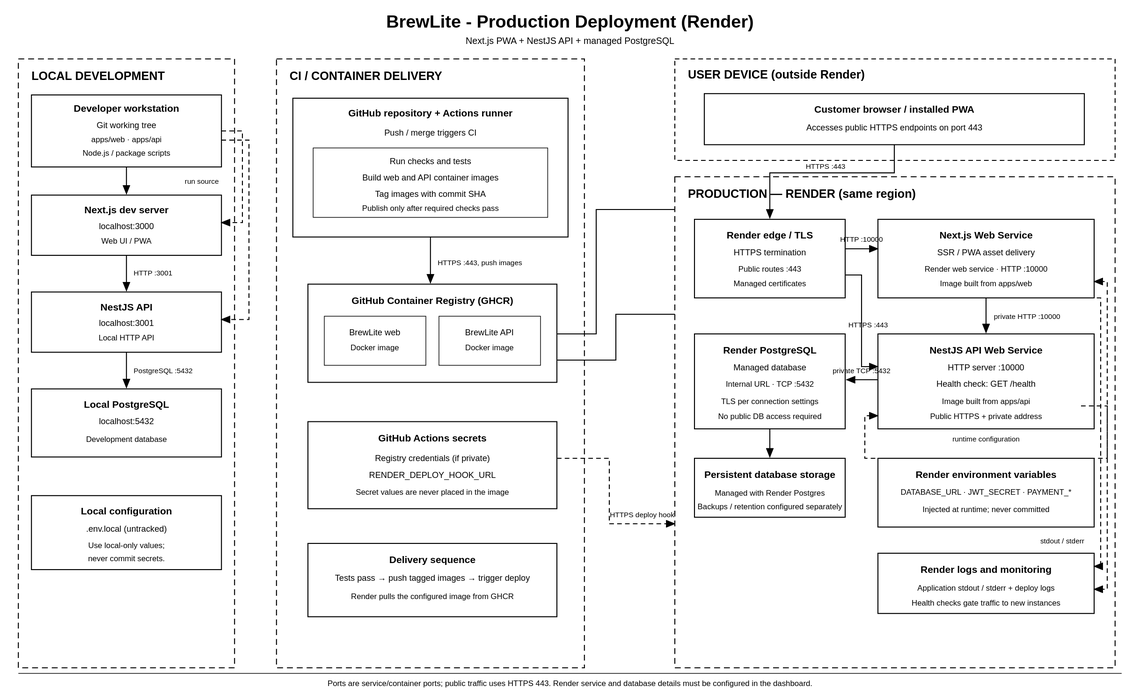
The PlantUML diagram docs/diagrams/deployment-production.svg in Tuan250206/BrewLite_Assignment2, before a commit. Its source is kept beside it as docs/diagrams/deployment-production.puml.
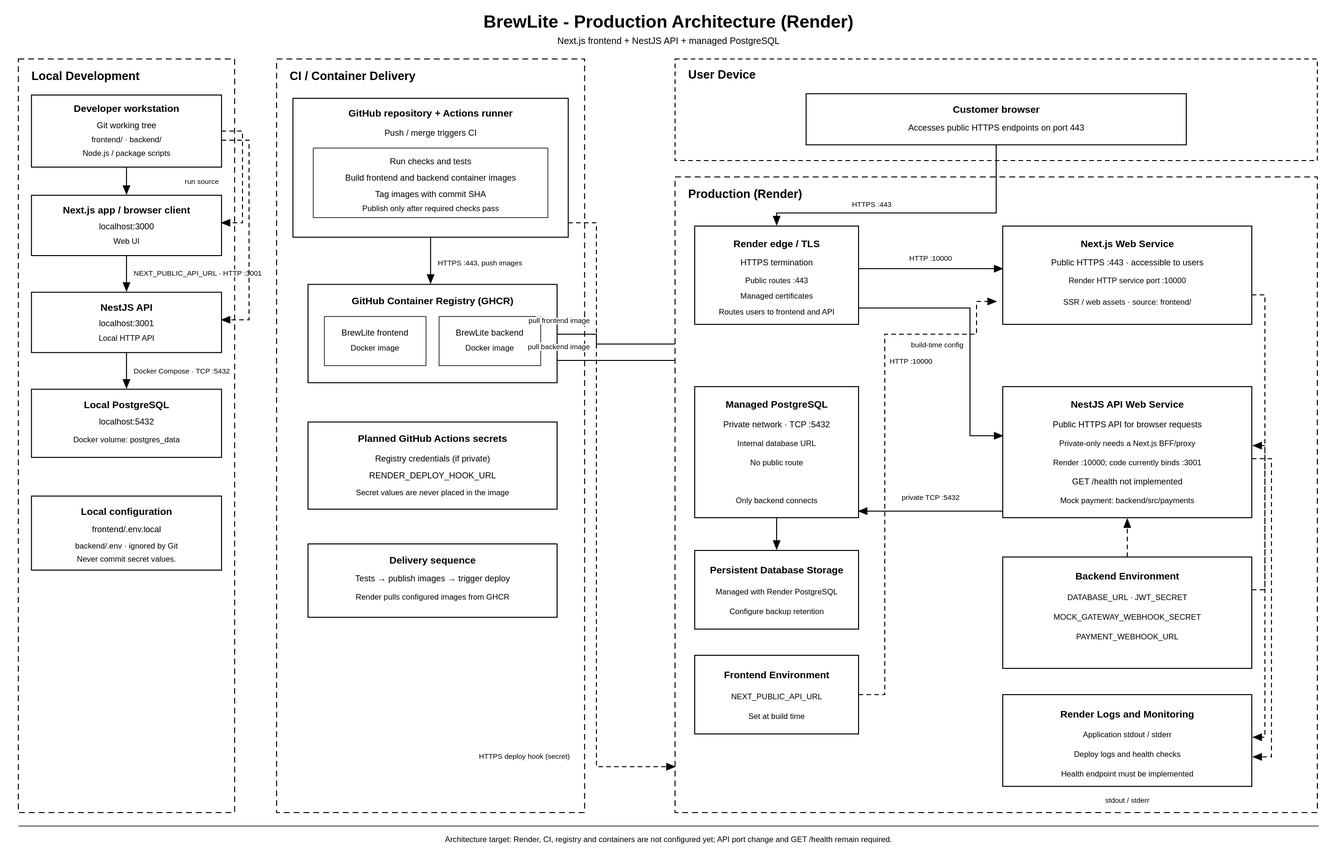
After the commit.

Commit message:
3.2 Deployment diagram

What changed in the source:
```diff
@@ -5,8 +5,8 @@
 skinparam defaultFontName Arial
 skinparam defaultFontSize 13
 skinparam roundcorner 0
-skinparam nodesep 70
-skinparam ranksep 100
+skinparam nodesep 130
+skinparam ranksep 160
 skinparam backgroundColor #FFFFFF
 skinparam ArrowColor #333333
 skinparam packageStyle rectangle
@@ -31,30 +31,32 @@
   FontColor #000000
 }
 
-title BrewLite - Deployment Diagram (Render)
+title BrewLite - Production Architecture (Render)
 
-actor "Customer device\nBrowser / installed PWA" as Customer
+package "User Device" {
+  actor "Customer device\nBrowser" as Customer
+}
 
-package "LOCAL DEVELOPMENT" as Local {
+package "Local Development" as Local {
   node "Developer workstation" {
-    artifact "Git working tree\napps/web, apps/api" as Source
-    node "Next.js dev server\nlocalhost:3000" as LocalWeb
+    artifact "Git working tree\nfrontend/, backend/" as Source
+    node "Next.js app / browser client\nlocalhost:3000" as LocalWeb
     node "NestJS API\nlocalhost:3001" as LocalApi
-    artifact "Local environment\n.env.local (untracked)" as LocalEnv
+    artifact "Local environment files\nfrontend/.env.local\nbackend/.env (untracked)" as LocalEnv
   }
-  database "Local PostgreSQL\nlocalhost:5432" as LocalDb
+  database "Local PostgreSQL (Docker Compose)\nlocalhost:5432\nvolume: postgres_data" as LocalDb
   Source --> LocalWeb : npm run dev
   Source --> LocalApi : npm run start:dev
-  LocalWeb --> LocalApi : HTTP :3001
+  LocalWeb --> LocalApi : NEXT_PUBLIC_API_URL\nHTTP :3001 (browser request)
   LocalApi --> LocalDb : PostgreSQL :5432
   LocalEnv ..> LocalWeb : local config
   LocalEnv ..> LocalApi : local config
 }
 
-package "CI / CONTAINER DELIVERY" as CI {
+package "CI / Container Delivery" as CI {
   node "GitHub repository" as GitHub
   node "GitHub Actions runner" as Actions {
-    artifact "Test and build\nweb + api images" as Build
+    artifact "Checks and build\nfrontend + backend images" as Build
   }
   node "GitHub Container Registry\n(GHCR)" as Registry {
     artifact "BrewLite web image" as WebImage
@@ -66,31 +68,31 @@
   Actions ..> HookSecret : read secret
 }
 
-package "PRODUCTION" as Production {
+package "Production (Render)" as Production {
   node "Render platform" as Render {
     node "Render edge / managed TLS\nHTTPS :443" as Edge
-    node "Next.js Web Service\nSSR / PWA assets\nHTTP :10000" as Web
-    node "NestJS API Web Service\nHTTP :10000\nGET /health" as API
-    database "Render PostgreSQL\ninternal URL :5432" as Postgres
-    artifact "Render-managed\npersistent database storage" as Storage
-    artifact "Render environment variables\nDATABASE_URL, JWT_SECRET,\nPAYMENT_*" as Secrets
+    node "Next.js Web Service\nPublic HTTPS :443\nAccessible to users\nSSR / web assets" as Web
+    node "NestJS API Web Service\nPublic HTTPS API for browser client\nPrivate access possible with BFF\nRender port requires change from :3001\nGET /health not implemented" as API
+    database "Managed PostgreSQL\nPrivate network :5432\nOnly backend connects" as Postgres
+    artifact "Persistent Database Storage" as Storage
+    artifact "Backend environment\nDATABASE_URL\nJWT_SECRET\nMOCK_GATEWAY_WEBHOOK_SECRET\nPAYMENT_WEBHOOK_URL" as Secrets
+    artifact "Frontend environment\nNEXT_PUBLIC_API_URL\n(set at build time)" as WebConfig
     artifact "Render logs\nservice and deploy logs" as Logs
 
-    Edge --> Web : HTTPS :443\npublic web route
-    Edge --> API : HTTPS :443\npublic API route
-    Web --> API : HTTP :10000\nprivate network, same region
-    API --> Postgres : TCP :5432\nprivate database URL
+    Edge --> Web : HTTP :10000\nafter public TLS termination
+    Edge --> API : HTTP :10000\nafter public TLS termination
     Postgres --> Storage : durable data
-    Secrets ..> Web : injected at runtime
+    API --> Postgres : private TCP :5432\nonly database client
     Secrets ..> API : injected at runtime
+    WebConfig ..> Web : set at build time
     Web ..> Logs : stdout / stderr
     API ..> Logs : stdout / stderr
   }
 }
 
 Customer --> Edge : HTTPS :443
-Registry --> Web : pull web image
-Registry --> API : pull api image
+Registry --> Web : pull frontend image
+Registry --> API : pull backend image
 Actions ..> Render : HTTPS deploy hook\n(secret; trigger deploy)
 API ..> API : Render HTTP health check\nGET /health
 
@@ -99,15 +101,13 @@
   Never copy production secrets into local files or Git.
 end note
 
-note bottom of CI
-  CI tests before publishing tagged images.
-  Registry credentials and deploy-hook URL are GitHub secrets.
-end note
-
 note bottom of Production
   Keep Render services in the same region for private networking.
-  The API can serve browser requests over HTTPS and use its private
-  address for server-to-server traffic. Use the internal DB URL.
+  Current frontend calls the API from the browser, so API needs a public HTTPS
+  route. To make API private-only, add a Next.js server-side proxy/BFF first.
+  Database has no public route and accepts connections only from the API.
+  Render deployment is not configured; API port binding and GET /health
+  still need implementation.
 end note
 
 @enduml
```
